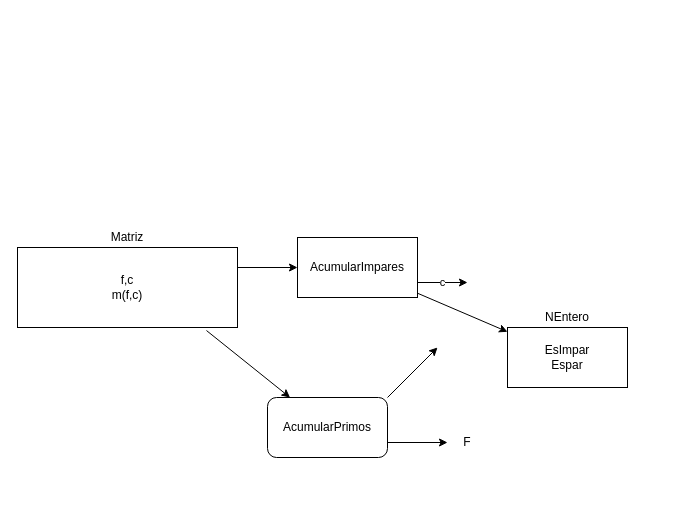
Above: Program1/PracticoMatrices/diagramas.drawio in paulgrimaldo/uagrmaux (draw.io), before the change. Source tidied: cells renumbered, new cells numbered last; positions are measured from the earlier drawing's top-left corner, leaving out a move shared by most shapes. Both pictures are drawn from the tidied source at 100%, with x=0, y=0 at pixel (17, 227).
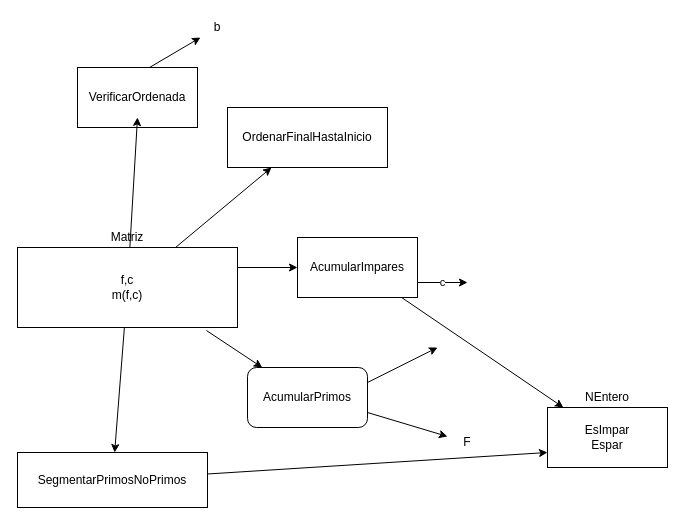
Above is the later version.

Unchanged cells that the change refers to:
```xml
<mxCell id="2" value="f,c&lt;br&gt;m(f,c)" style="rounded=0;whiteSpace=wrap;html=1;" parent="1" vertex="1">
  <mxGeometry y="20" width="220" height="80" as="geometry" />
</mxCell>
<mxCell id="13" value="EsImpar&lt;br&gt;Espar" style="rounded=0;whiteSpace=wrap;html=1;" parent="12" vertex="1">
  <mxGeometry y="20" width="120" height="60" as="geometry" />
</mxCell>
```

Diff of the diagram source:
```diff
@@
     <mxCell id="8" value="AcumularPrimos" style="rounded=1;whiteSpace=wrap;html=1;" parent="1" vertex="1">
-      <mxGeometry x="250" y="170" width="120" height="60" as="geometry" />
+      <mxGeometry x="230" y="140" width="120" height="60" as="geometry" />
     </mxCell>
@@
     <mxCell id="12" style="group;" parent="1" vertex="1">
-      <mxGeometry x="490" y="80" width="120" height="80" as="geometry" />
+      <mxGeometry x="530" y="160" width="120" height="80" as="geometry" />
     </mxCell>
@@
-    <mxCell id="15" style="endArrow=classic;html=1;" parent="1" edge="1">
+    <mxCell id="15" style="endArrow=classic;html=1;exitX=1;exitY=0.25;exitDx=0;exitDy=0;" parent="1" edge="1" source="8">
       <mxGeometry relative="1" as="geometry">
-        <mxPoint x="370" y="170" as="sourcePoint" />
         <mxPoint x="420" y="120" as="targetPoint" />
       </mxGeometry>
     </mxCell>
+    <mxCell id="16" value="SegmentarPrimosNoPrimos" style="rounded=0;whiteSpace=wrap;html=1;" parent="1" vertex="1">
+      <mxGeometry y="225" width="190" height="55" as="geometry" />
+    </mxCell>
+    <mxCell id="17" style="endArrow=classic;html=1;" parent="1" edge="1" source="2" target="16">
+      <mxGeometry relative="1" as="geometry" />
+    </mxCell>
+    <mxCell id="18" style="endArrow=classic;html=1;entryX=0;entryY=0.75;entryDx=0;entryDy=0;" parent="1" edge="1" source="16" target="13">
+      <mxGeometry relative="1" as="geometry" />
+    </mxCell>
+    <mxCell id="19" value="OrdenarFinalHastaInicio" style="rounded=0;whiteSpace=wrap;html=1;" parent="1" vertex="1">
+      <mxGeometry x="210" y="-120" width="160" height="60" as="geometry" />
+    </mxCell>
+    <mxCell id="20" style="endArrow=classic;html=1;" parent="1" edge="1" source="2" target="19">
+      <mxGeometry relative="1" as="geometry" />
+    </mxCell>
+    <mxCell id="21" value="VerificarOrdenada" style="rounded=0;whiteSpace=wrap;html=1;" parent="1" vertex="1">
+      <mxGeometry x="60" y="-160" width="120" height="60" as="geometry" />
+    </mxCell>
+    <mxCell id="22" style="endArrow=classic;html=1;" parent="1" edge="1" source="2">
+      <mxGeometry relative="1" as="geometry">
+        <mxPoint x="120" y="-110" as="targetPoint" />
+      </mxGeometry>
+    </mxCell>
+    <mxCell id="23" value="b" style="text;html=1;strokeColor=none;fillColor=none;align=center;verticalAlign=middle;whiteSpace=wrap;rounded=0;" parent="1" vertex="1">
+      <mxGeometry x="180" y="-210" width="40" height="20" as="geometry" />
+    </mxCell>
+    <mxCell id="24" style="endArrow=classic;html=1;exitX=0.6;exitY=0;exitDx=0;exitDy=0;exitPerimeter=0;" parent="1" edge="1" source="21" target="23">
+      <mxGeometry relative="1" as="geometry" />
+    </mxCell>
```
